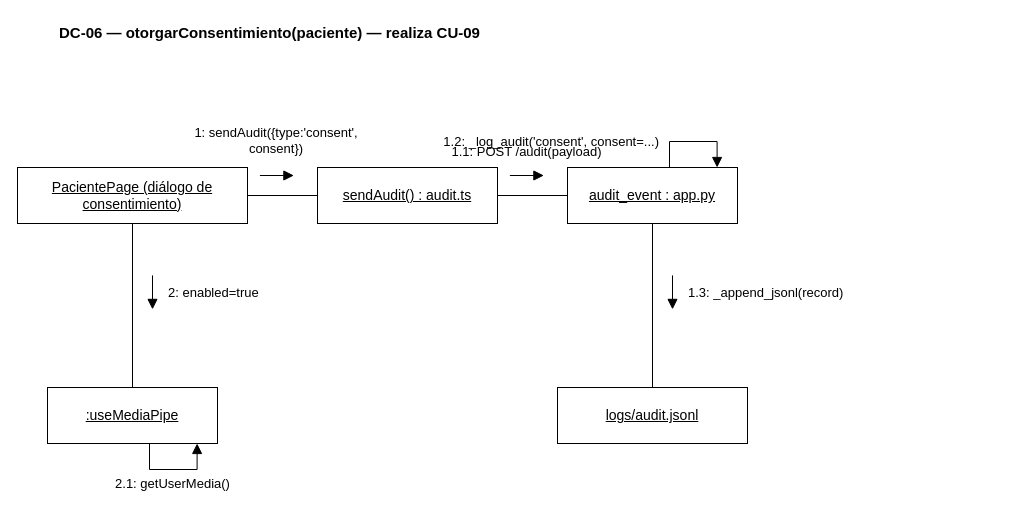
Before: docs/diagramas/colaboracion/08_colaboracion_dc06.drawio in santinohamada/Nexora, a draw.io diagram. Source tidied: cells renumbered, new cells numbered last; positions are measured from the earlier drawing's top-left corner, leaving out a move shared by most shapes. Both pictures are drawn from the tidied source at 100%, with x=0, y=0 at pixel (17, 17).
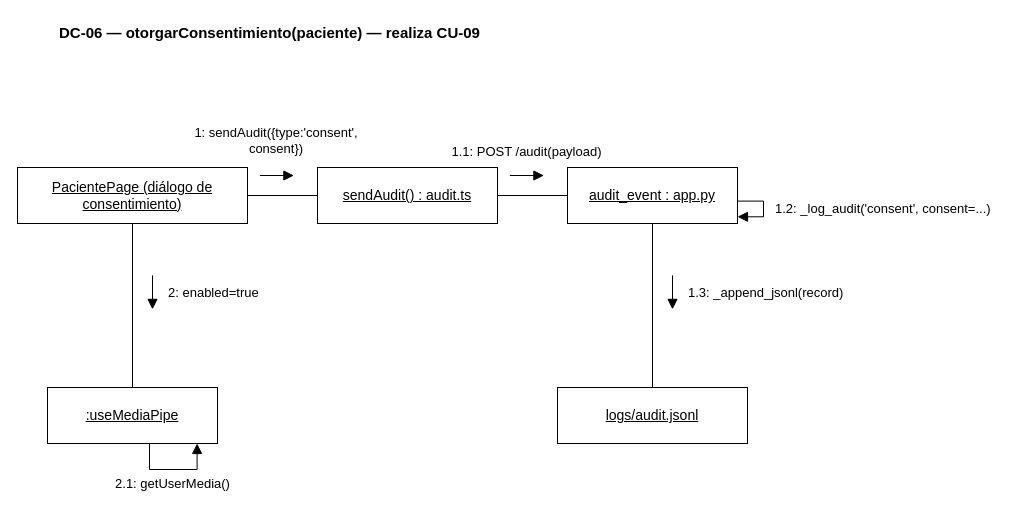
After the change.

The edit, as a diff of the source:
```diff
@@
     <mxCell id="14" style="endArrow=block;startArrow=none;endFill=1;endSize=8;html=1;strokeColor=#000000;strokeWidth=1;rounded=0;" parent="1" edge="1">
       <mxGeometry relative="1" as="geometry">
-        <mxPoint x="652" y="150" as="sourcePoint" />
-        <mxPoint x="699.6" y="150" as="targetPoint" />
+        <mxPoint x="720" y="183.6" as="sourcePoint" />
+        <mxPoint x="720" y="199.3" as="targetPoint" />
         <Array as="points">
-          <mxPoint x="652" y="124" />
-          <mxPoint x="699.6" y="124" />
+          <mxPoint x="746" y="183.6" />
+          <mxPoint x="746" y="199.3" />
         </Array>
       </mxGeometry>
     </mxCell>
-    <mxCell id="15" value="1.2: _log_audit('consent', consent=...)" style="text;html=1;align=right;verticalAlign=middle;fontFamily=Helvetica;fontSize=13;whiteSpace=wrap;" parent="1" vertex="1">
-      <mxGeometry x="414" y="103" width="230" height="42" as="geometry" />
+    <mxCell id="15" value="1.2: _log_audit('consent', consent=...)" style="text;html=1;align=left;verticalAlign=middle;fontFamily=Helvetica;fontSize=13;whiteSpace=wrap;" parent="1" vertex="1">
+      <mxGeometry x="756" y="170.4" width="230" height="42" as="geometry" />
     </mxCell>
```
